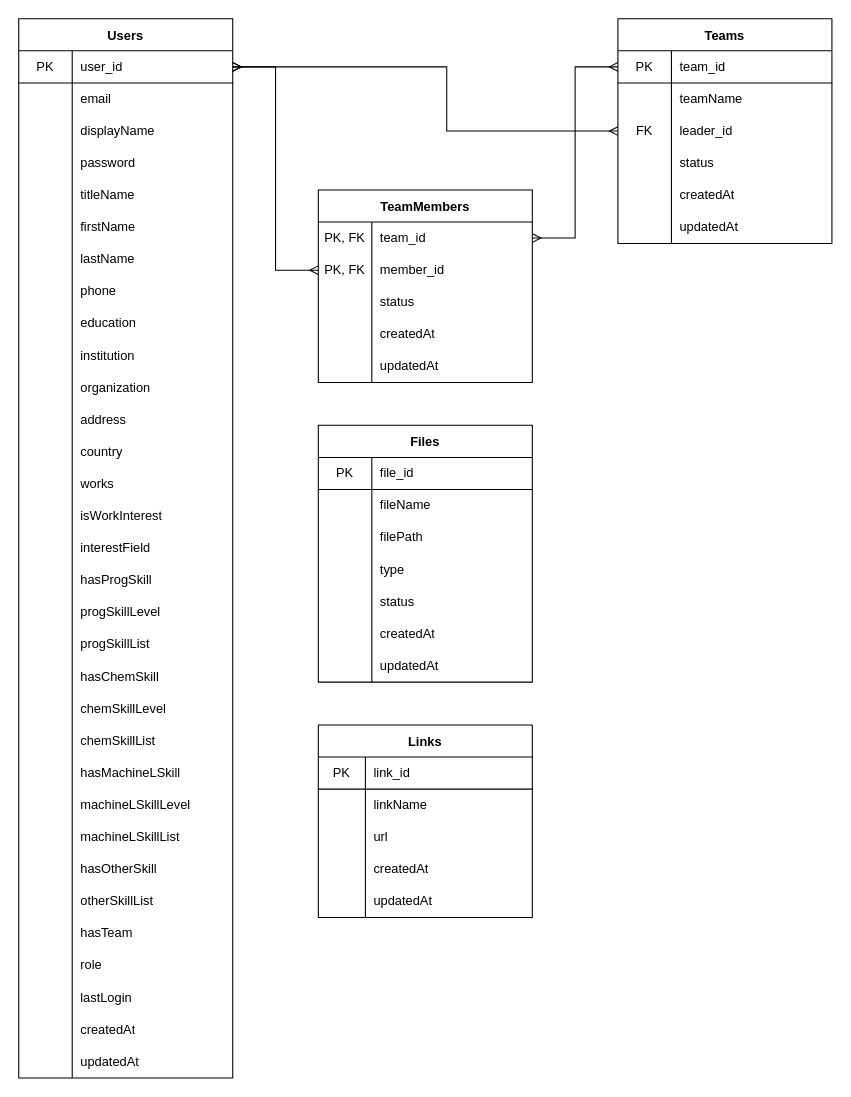
Above: Backend/ER Diagram.drawio in PiriyaDEV/tmlcc-competition (draw.io), before the change. Source tidied: cells renumbered, new cells numbered last; positions are measured from the earlier drawing's top-left corner, leaving out a move shared by most shapes. Both pictures are drawn from the tidied source at 107%, with x=0, y=0 at pixel (18, 18).
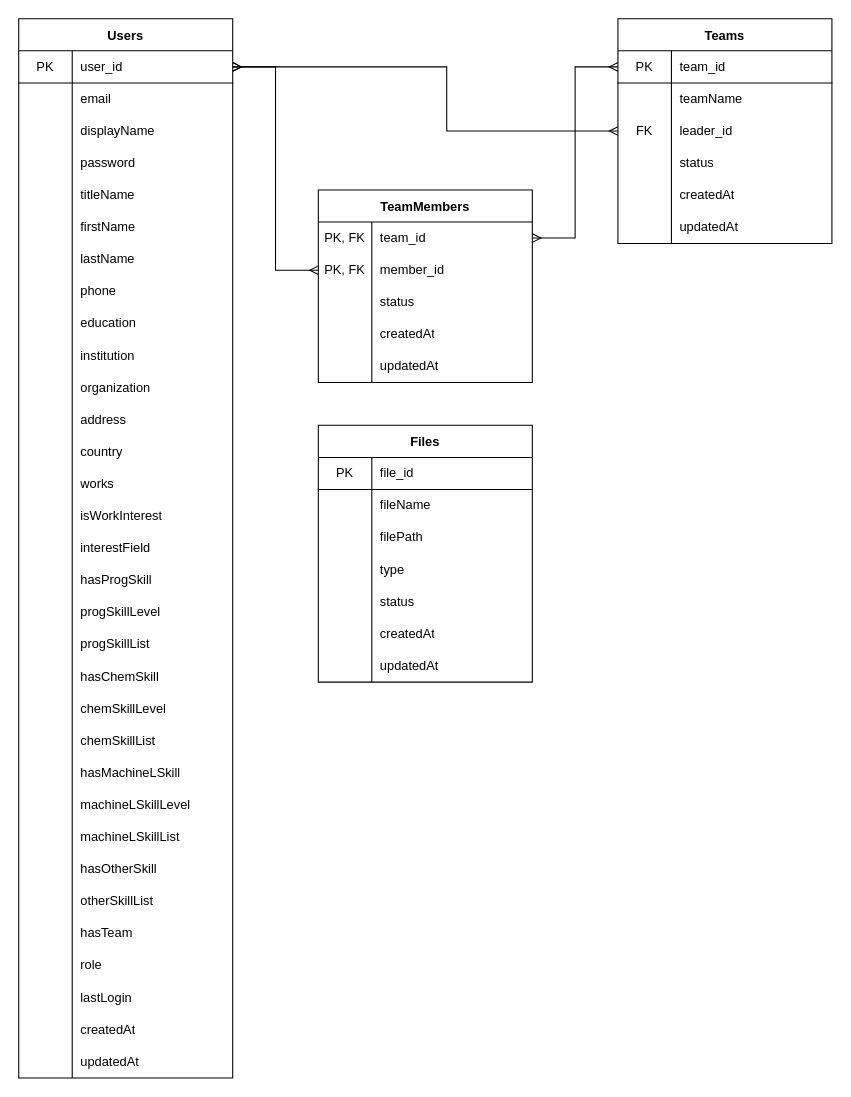
Above is the later version.

What changed in the source:
```diff
@@
-    <mxCell id="160" value="Links" style="shape=table;startSize=30;childLayout=tableLayout;rowLines=0;fontStyle=1;align=center;" parent="1" vertex="1">
-      <mxGeometry x="280" y="660" width="200" height="180" as="geometry" />
-    </mxCell>
-    <mxCell id="161" style="shape=partialRectangle;html=1;whiteSpace=wrap;fillColor=none;top=0;left=0;bottom=1;right=0;" parent="160" vertex="1">
-      <mxGeometry y="30" width="200" height="30" as="geometry" />
-    </mxCell>
-    <mxCell id="162" value="PK" style="shape=partialRectangle;html=1;whiteSpace=wrap;fillColor=none;top=0;left=0;bottom=0;right=0;overflow=hidden;" parent="161" vertex="1">
-      <mxGeometry width="44" height="30" as="geometry" />
-    </mxCell>
-    <mxCell id="163" value="link_id" style="shape=partialRectangle;html=1;whiteSpace=wrap;fillColor=none;top=0;left=0;bottom=0;right=0;align=left;spacingLeft=6;overflow=hidden;" parent="161" vertex="1">
-      <mxGeometry x="44" width="156" height="30" as="geometry" />
-    </mxCell>
-    <mxCell id="164" style="shape=partialRectangle;html=1;whiteSpace=wrap;fillColor=none;top=0;left=0;bottom=0;right=0;" parent="160" vertex="1">
-      <mxGeometry y="60" width="200" height="30" as="geometry" />
-    </mxCell>
-    <mxCell id="165" style="shape=partialRectangle;html=1;whiteSpace=wrap;fillColor=none;top=0;left=0;bottom=0;right=0;overflow=hidden;" parent="164" vertex="1">
-      <mxGeometry width="44" height="30" as="geometry" />
-    </mxCell>
-    <mxCell id="166" value="linkName" style="shape=partialRectangle;html=1;whiteSpace=wrap;fillColor=none;top=0;left=0;bottom=0;right=0;align=left;spacingLeft=6;overflow=hidden;" parent="164" vertex="1">
-      <mxGeometry x="44" width="156" height="30" as="geometry" />
-    </mxCell>
-    <mxCell id="167" style="shape=partialRectangle;html=1;whiteSpace=wrap;fillColor=none;top=0;left=0;bottom=0;right=0;" parent="160" vertex="1">
-      <mxGeometry y="90" width="200" height="30" as="geometry" />
-    </mxCell>
-    <mxCell id="168" style="shape=partialRectangle;html=1;whiteSpace=wrap;fillColor=none;top=0;left=0;bottom=0;right=0;overflow=hidden;" parent="167" vertex="1">
-      <mxGeometry width="44" height="30" as="geometry" />
-    </mxCell>
-    <mxCell id="169" value="url" style="shape=partialRectangle;html=1;whiteSpace=wrap;fillColor=none;top=0;left=0;bottom=0;right=0;align=left;spacingLeft=6;overflow=hidden;" parent="167" vertex="1">
-      <mxGeometry x="44" width="156" height="30" as="geometry" />
-    </mxCell>
-    <mxCell id="170" style="shape=partialRectangle;html=1;whiteSpace=wrap;fillColor=none;top=0;left=0;bottom=0;right=0;" parent="160" vertex="1">
-      <mxGeometry y="120" width="200" height="30" as="geometry" />
-    </mxCell>
-    <mxCell id="171" style="shape=partialRectangle;html=1;whiteSpace=wrap;fillColor=none;top=0;left=0;bottom=0;right=0;overflow=hidden;" parent="170" vertex="1">
-      <mxGeometry width="44" height="30" as="geometry" />
-    </mxCell>
-    <mxCell id="172" value="createdAt" style="shape=partialRectangle;html=1;whiteSpace=wrap;fillColor=none;top=0;left=0;bottom=0;right=0;align=left;spacingLeft=6;overflow=hidden;" parent="170" vertex="1">
-      <mxGeometry x="44" width="156" height="30" as="geometry" />
-    </mxCell>
-    <mxCell id="173" style="shape=partialRectangle;html=1;whiteSpace=wrap;fillColor=none;top=0;left=0;bottom=0;right=0;" parent="160" vertex="1">
-      <mxGeometry y="150" width="200" height="30" as="geometry" />
-    </mxCell>
-    <mxCell id="174" style="shape=partialRectangle;html=1;whiteSpace=wrap;fillColor=none;top=0;left=0;bottom=0;right=0;overflow=hidden;" parent="173" vertex="1">
-      <mxGeometry width="44" height="30" as="geometry" />
-    </mxCell>
-    <mxCell id="175" value="updatedAt" style="shape=partialRectangle;html=1;whiteSpace=wrap;fillColor=none;top=0;left=0;bottom=0;right=0;align=left;spacingLeft=6;overflow=hidden;" parent="173" vertex="1">
-      <mxGeometry x="44" width="156" height="30" as="geometry" />
-    </mxCell>
```
